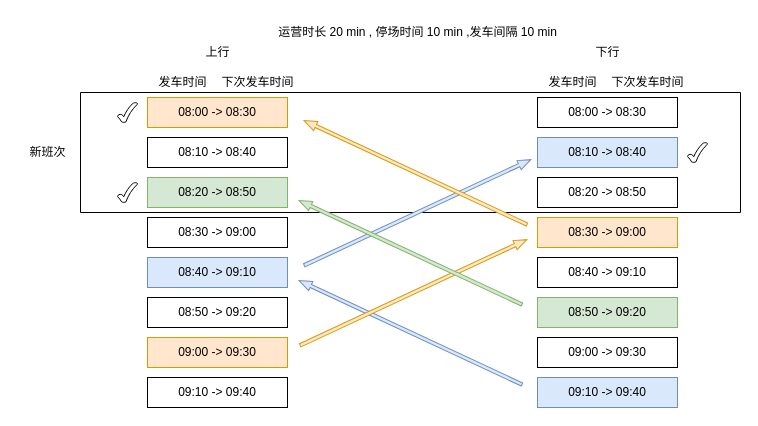
The draw.io diagram 未命名绘图.drawio in alwayChina/draw, before the edit. Source tidied: cells renumbered, new cells numbered last; positions are measured from the earlier drawing's top-left corner, leaving out a move shared by most shapes. Both pictures are drawn from the tidied source at 100%, with x=0, y=0 at pixel (17, 17).
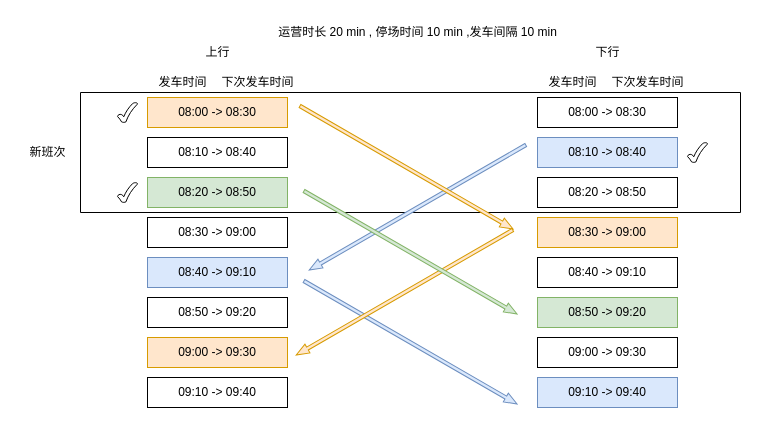
After the change.

Commit message:
更新未命名绘图.drawio

The edit, as a diff of the source:
```diff
@@
-    <mxCell id="26" style="html=1;shadow=0;dashed=0;align=center;verticalAlign=middle;shape=mxgraph.arrows2.arrow;dy=0.66;dx=12.92;notch=0;rotation=-155;fillColor=#dae8fc;strokeColor=#6c8ebf;" parent="1" vertex="1">
-      <mxGeometry x="270" y="310" width="246" height="10" as="geometry" />
+    <mxCell id="26" style="html=1;shadow=0;dashed=0;align=center;verticalAlign=middle;shape=mxgraph.arrows2.arrow;dy=0.66;dx=12.92;notch=0;rotation=30;fillColor=#dae8fc;strokeColor=#6c8ebf;" parent="1" vertex="1">
+      <mxGeometry x="270" y="320" width="246" height="10" as="geometry" />
     </mxCell>
-    <mxCell id="27" style="html=1;shadow=0;dashed=0;align=center;verticalAlign=middle;shape=mxgraph.arrows2.arrow;dy=0.66;dx=12.92;notch=0;rotation=-25;fillColor=#dae8fc;strokeColor=#6c8ebf;" parent="1" vertex="1">
-      <mxGeometry x="275" y="190" width="250" height="10" as="geometry" />
+    <mxCell id="27" style="html=1;shadow=0;dashed=0;align=center;verticalAlign=middle;shape=mxgraph.arrows2.arrow;dy=0.66;dx=12.92;notch=0;rotation=-210;fillColor=#dae8fc;strokeColor=#6c8ebf;" parent="1" vertex="1">
+      <mxGeometry x="275" y="185" width="250" height="10" as="geometry" />
     </mxCell>
-    <mxCell id="28" style="html=1;shadow=0;dashed=0;align=center;verticalAlign=middle;shape=mxgraph.arrows2.arrow;dy=0.66;dx=12.92;notch=0;rotation=-155;fillColor=#ffe6cc;strokeColor=#d79b00;" parent="1" vertex="1">
-      <mxGeometry x="275" y="150" width="246" height="10" as="geometry" />
+    <mxCell id="28" style="html=1;shadow=0;dashed=0;align=center;verticalAlign=middle;shape=mxgraph.arrows2.arrow;dy=0.66;dx=12.92;notch=0;rotation=30;fillColor=#ffe6cc;strokeColor=#d79b00;" parent="1" vertex="1">
+      <mxGeometry x="266" y="145" width="246" height="10" as="geometry" />
     </mxCell>
-    <mxCell id="29" style="html=1;shadow=0;dashed=0;align=center;verticalAlign=middle;shape=mxgraph.arrows2.arrow;dy=0.66;dx=12.92;notch=0;rotation=-25;fillColor=#ffe6cc;strokeColor=#d79b00;" parent="1" vertex="1">
-      <mxGeometry x="271" y="270" width="250" height="10" as="geometry" />
+    <mxCell id="29" style="html=1;shadow=0;dashed=0;align=center;verticalAlign=middle;shape=mxgraph.arrows2.arrow;dy=0.66;dx=12.92;notch=0;rotation=-210;fillColor=#ffe6cc;strokeColor=#d79b00;" parent="1" vertex="1">
+      <mxGeometry x="262" y="270" width="250" height="10" as="geometry" />
     </mxCell>
-    <mxCell id="30" style="html=1;shadow=0;dashed=0;align=center;verticalAlign=middle;shape=mxgraph.arrows2.arrow;dy=0.66;dx=12.92;notch=0;rotation=-155;fillColor=#d5e8d4;strokeColor=#82b366;" parent="1" vertex="1">
+    <mxCell id="30" style="html=1;shadow=0;dashed=0;align=center;verticalAlign=middle;shape=mxgraph.arrows2.arrow;dy=0.66;dx=12.92;notch=0;rotation=30;fillColor=#d5e8d4;strokeColor=#82b366;" parent="1" vertex="1">
       <mxGeometry x="270" y="230" width="246" height="10" as="geometry" />
     </mxCell>
```
